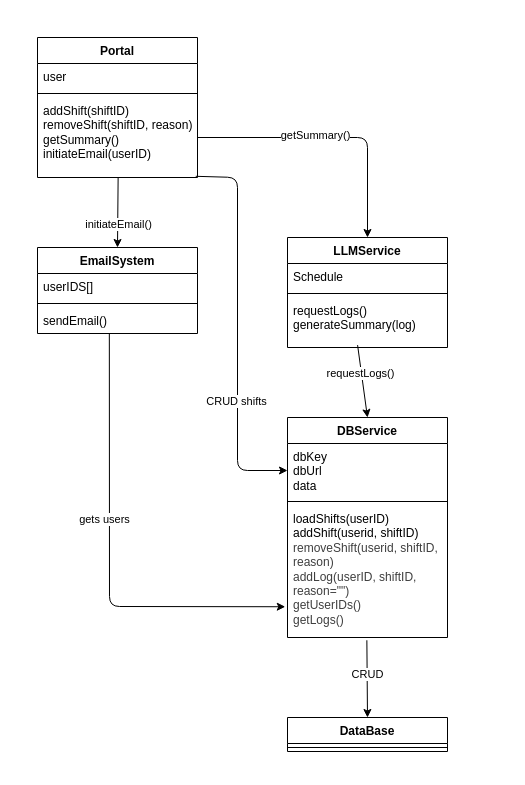
This is nurschedule/diagrams/domainmodel.drawio from thiveyanNades/Nurse-Scheduler-System, a draw.io file, before an edit. Source tidied: cells renumbered, new cells numbered last; positions are measured from the earlier drawing's top-left corner, leaving out a move shared by most shapes. Both pictures are drawn from the tidied source at 100%, with x=0, y=0 at pixel (37, 37).
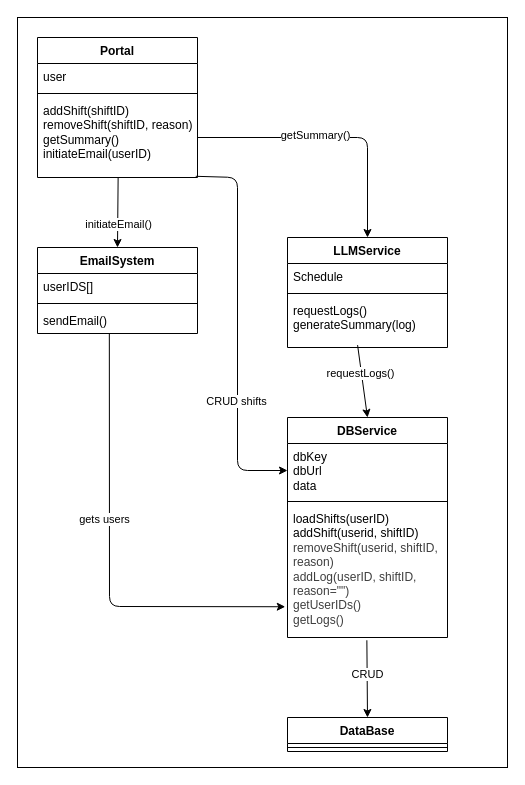
The same diagram, later.

Change to the diagram source:
```diff
@@
+    <mxCell id="32" style="rounded=0;whiteSpace=wrap;html=1;" parent="1" vertex="1">
+      <mxGeometry x="-20" y="-20" width="490" height="750" as="geometry" />
+    </mxCell>
```
